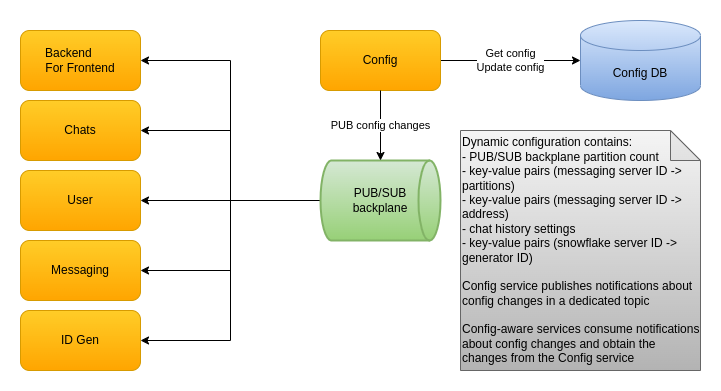
cvetomir-todorov/CecoChat keeps this draw.io diagram as docs/images/cecochat-configuration.png. Above is the earlier version. Source tidied: cells renumbered, new cells last; positions are measured from the earlier drawing's top-left corner, leaving out a move shared by most shapes. Source of this version:
```xml
<mxGraphModel>
  <root>
    <mxCell id="0" />
    <mxCell id="1" parent="0" />
    <mxCell id="2" value="Dynamic configuration contains:&lt;br&gt;- PUB/SUB backplane partition count&lt;br&gt;- key-value pairs&amp;nbsp;(messaging server ID -&amp;gt; partitions)&lt;br&gt;- key-value pairs&amp;nbsp;(messaging&amp;nbsp;server ID -&amp;gt; address)&lt;br&gt;- chat history settings&lt;br&gt;- key-value pairs (snowflake server ID -&amp;gt; generator ID)&lt;br&gt;&lt;br&gt;Config service publishes notifications about config changes in a dedicated topic&lt;br&gt;&lt;br&gt;Config-aware services consume notifications about config changes and obtain the changes from the Config service" style="shape=note;whiteSpace=wrap;html=1;backgroundOutline=1;darkOpacity=0.05;align=left;gradientColor=#b3b3b3;fillColor=#f5f5f5;strokeColor=#666666;" parent="1" vertex="1">
      <mxGeometry x="440" y="110" width="240" height="240" as="geometry" />
    </mxCell>
    <mxCell id="3" value="&lt;font style=&quot;font-size: 12px&quot;&gt;Messaging&lt;/font&gt;" style="rounded=1;whiteSpace=wrap;html=1;gradientColor=#ffa500;fillColor=#ffcd28;strokeColor=#d79b00;" parent="1" vertex="1">
      <mxGeometry y="220" width="120" height="60" as="geometry" />
    </mxCell>
    <mxCell id="4" style="edgeStyle=orthogonalEdgeStyle;rounded=0;jettySize=auto;html=1;entryX=1;entryY=0.5;entryDx=0;entryDy=0;" parent="1" edge="1" source="9" target="14">
      <mxGeometry relative="1" as="geometry" />
    </mxCell>
    <mxCell id="5" style="edgeStyle=orthogonalEdgeStyle;rounded=0;jettySize=auto;html=1;entryX=1;entryY=0.5;entryDx=0;entryDy=0;" parent="1" edge="1" source="9" target="13">
      <mxGeometry relative="1" as="geometry" />
    </mxCell>
    <mxCell id="6" style="edgeStyle=orthogonalEdgeStyle;rounded=0;jettySize=auto;html=1;entryX=1;entryY=0.5;entryDx=0;entryDy=0;" parent="1" edge="1" source="9" target="15">
      <mxGeometry x="-0.41" relative="1" as="geometry" />
    </mxCell>
    <mxCell id="7" style="edgeStyle=orthogonalEdgeStyle;rounded=0;jettySize=auto;html=1;entryX=1;entryY=0.5;entryDx=0;entryDy=0;" parent="1" edge="1" source="9" target="3">
      <mxGeometry relative="1" as="geometry" />
    </mxCell>
    <mxCell id="8" style="edgeStyle=orthogonalEdgeStyle;rounded=0;jettySize=auto;html=1;entryX=1;entryY=0.5;entryDx=0;entryDy=0;" parent="1" edge="1" source="9" target="16">
      <mxGeometry relative="1" as="geometry" />
    </mxCell>
    <mxCell id="9" value="PUB/SUB&lt;br&gt;backplane" style="strokeWidth=2;html=1;shape=mxgraph.flowchart.direct_data;whiteSpace=wrap;gradientColor=#97d077;fillColor=#d5e8d4;strokeColor=#82b366;" parent="1" vertex="1">
      <mxGeometry x="300" y="140" width="120" height="80" as="geometry" />
    </mxCell>
    <mxCell id="10" value="Get config&lt;br style=&quot;border-color: var(--border-color);&quot;&gt;Update config" style="edgeStyle=orthogonalEdgeStyle;rounded=0;jettySize=auto;html=1;entryX=0;entryY=0.5;entryDx=0;entryDy=0;entryPerimeter=0;exitX=1;exitY=0.5;exitDx=0;exitDy=0;" parent="1" edge="1" source="11" target="12">
      <mxGeometry relative="1" as="geometry" />
    </mxCell>
    <mxCell id="11" value="Config" style="rounded=1;whiteSpace=wrap;html=1;gradientColor=#ffa500;fillColor=#ffcd28;strokeColor=#d79b00;" parent="1" vertex="1">
      <mxGeometry x="300" y="10" width="120" height="60" as="geometry" />
    </mxCell>
    <mxCell id="12" value="Config DB" style="shape=cylinder3;whiteSpace=wrap;html=1;boundedLbl=1;backgroundOutline=1;size=15;gradientColor=#7ea6e0;fillColor=#dae8fc;strokeColor=#6c8ebf;" parent="1" vertex="1">
      <mxGeometry x="560" width="120" height="80" as="geometry" />
    </mxCell>
    <mxCell id="13" value="&lt;font style=&quot;font-size: 12px&quot;&gt;Chats&lt;/font&gt;" style="rounded=1;whiteSpace=wrap;html=1;gradientColor=#ffa500;fillColor=#ffcd28;strokeColor=#d79b00;" parent="1" vertex="1">
      <mxGeometry y="80" width="120" height="60" as="geometry" />
    </mxCell>
    <mxCell id="14" value="&lt;font style=&quot;font-size: 12px&quot;&gt;Backend&amp;nbsp; &amp;nbsp; &amp;nbsp; &amp;nbsp;&lt;br&gt;For Frontend&lt;/font&gt;" style="rounded=1;whiteSpace=wrap;html=1;gradientColor=#ffa500;fillColor=#ffcd28;strokeColor=#d79b00;" parent="1" vertex="1">
      <mxGeometry y="10" width="120" height="60" as="geometry" />
    </mxCell>
    <mxCell id="15" value="&lt;font style=&quot;font-size: 12px&quot;&gt;User&lt;/font&gt;" style="rounded=1;whiteSpace=wrap;html=1;gradientColor=#ffa500;fillColor=#ffcd28;strokeColor=#d79b00;" parent="1" vertex="1">
      <mxGeometry y="150" width="120" height="60" as="geometry" />
    </mxCell>
    <mxCell id="16" value="&lt;font style=&quot;font-size: 12px&quot;&gt;ID Gen&lt;/font&gt;" style="rounded=1;whiteSpace=wrap;html=1;gradientColor=#ffa500;fillColor=#ffcd28;strokeColor=#d79b00;" parent="1" vertex="1">
      <mxGeometry y="290" width="120" height="60" as="geometry" />
    </mxCell>
    <mxCell id="17" value="PUB config changes" style="edgeStyle=orthogonalEdgeStyle;rounded=0;jettySize=auto;html=1;entryX=0.5;entryY=0;entryDx=0;entryDy=0;entryPerimeter=0;" parent="1" edge="1" source="11" target="9">
      <mxGeometry relative="1" as="geometry" />
    </mxCell>
  </root>
</mxGraphModel>
```
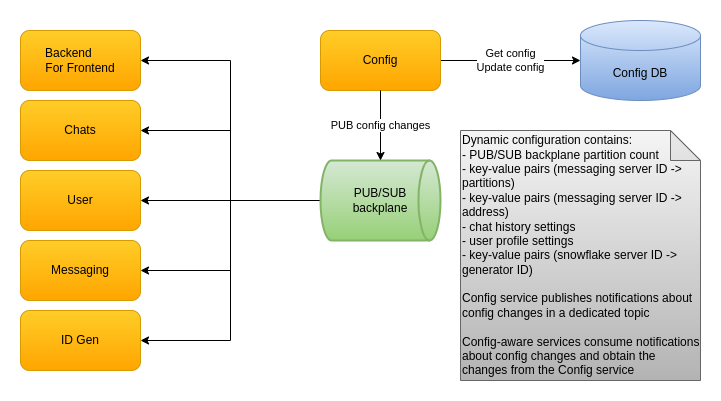
Above is the later version.

Change to the diagram source:
```diff
@@ -2,8 +2,8 @@
   <root>
     <mxCell id="0" />
     <mxCell id="1" parent="0" />
-    <mxCell id="2" value="Dynamic configuration contains:&lt;br&gt;- PUB/SUB backplane partition count&lt;br&gt;- key-value pairs&amp;nbsp;(messaging server ID -&amp;gt; partitions)&lt;br&gt;- key-value pairs&amp;nbsp;(messaging&amp;nbsp;server ID -&amp;gt; address)&lt;br&gt;- chat history settings&lt;br&gt;- key-value pairs (snowflake server ID -&amp;gt; generator ID)&lt;br&gt;&lt;br&gt;Config service publishes notifications about config changes in a dedicated topic&lt;br&gt;&lt;br&gt;Config-aware services consume notifications about config changes and obtain the changes from the Config service" style="shape=note;whiteSpace=wrap;html=1;backgroundOutline=1;darkOpacity=0.05;align=left;gradientColor=#b3b3b3;fillColor=#f5f5f5;strokeColor=#666666;" parent="1" vertex="1">
-      <mxGeometry x="440" y="110" width="240" height="240" as="geometry" />
+    <mxCell id="2" value="Dynamic configuration contains:&lt;br&gt;- PUB/SUB backplane partition count&lt;br&gt;- key-value pairs&amp;nbsp;(messaging server ID -&amp;gt; partitions)&lt;br&gt;- key-value pairs&amp;nbsp;(messaging&amp;nbsp;server ID -&amp;gt; address)&lt;br&gt;- chat history settings&lt;br&gt;- user profile settings&lt;br&gt;- key-value pairs (snowflake server ID -&amp;gt; generator ID)&lt;br&gt;&lt;br&gt;Config service publishes notifications about config changes in a dedicated topic&lt;br&gt;&lt;br&gt;Config-aware services consume notifications about config changes and obtain the changes from the Config service" style="shape=note;whiteSpace=wrap;html=1;backgroundOutline=1;darkOpacity=0.05;align=left;gradientColor=#b3b3b3;fillColor=#f5f5f5;strokeColor=#666666;" parent="1" vertex="1">
+      <mxGeometry x="440" y="110" width="240" height="250" as="geometry" />
     </mxCell>
     <mxCell id="3" value="&lt;font style=&quot;font-size: 12px&quot;&gt;Messaging&lt;/font&gt;" style="rounded=1;whiteSpace=wrap;html=1;gradientColor=#ffa500;fillColor=#ffcd28;strokeColor=#d79b00;" parent="1" vertex="1">
       <mxGeometry y="220" width="120" height="60" as="geometry" />
```
